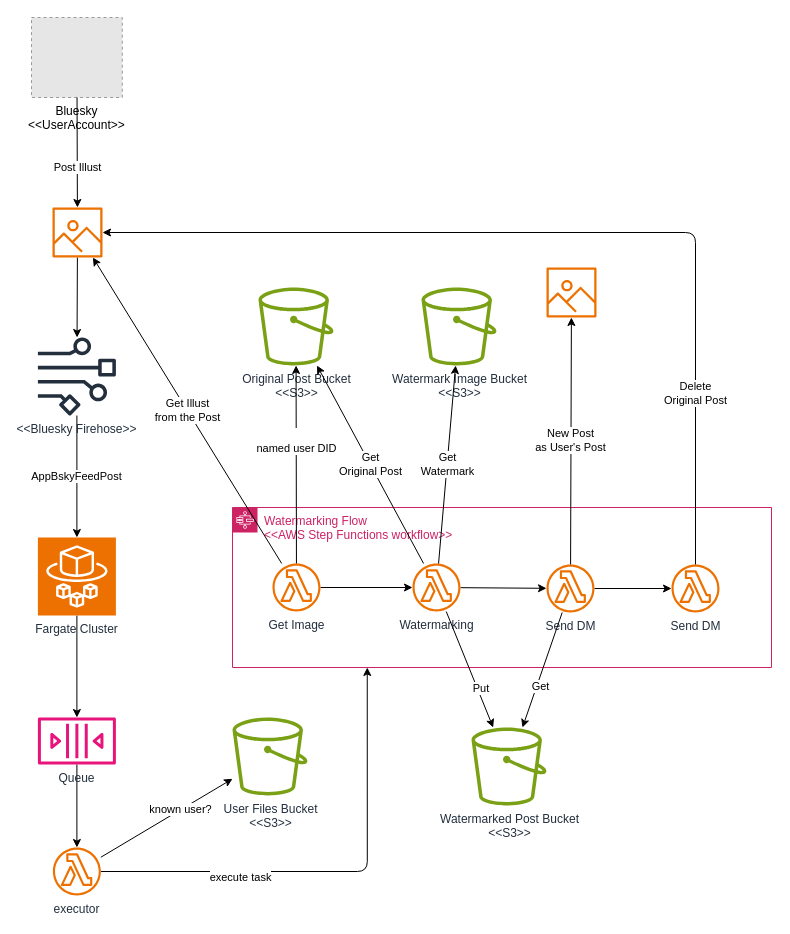
Above: page "4.Watermarking" (4 of 5) of docs/system-design.drawio in sheep-snow/eltler (draw.io), before the change. Source tidied: cells renumbered, new cells numbered last; positions are measured from the earlier drawing's top-left corner, leaving out a move shared by most shapes. Both pictures are drawn from the tidied source at 100%, with x=0, y=0 at pixel (31, 17). Pictures stored in the file or linked from it are replaced by grey dashed boxes.
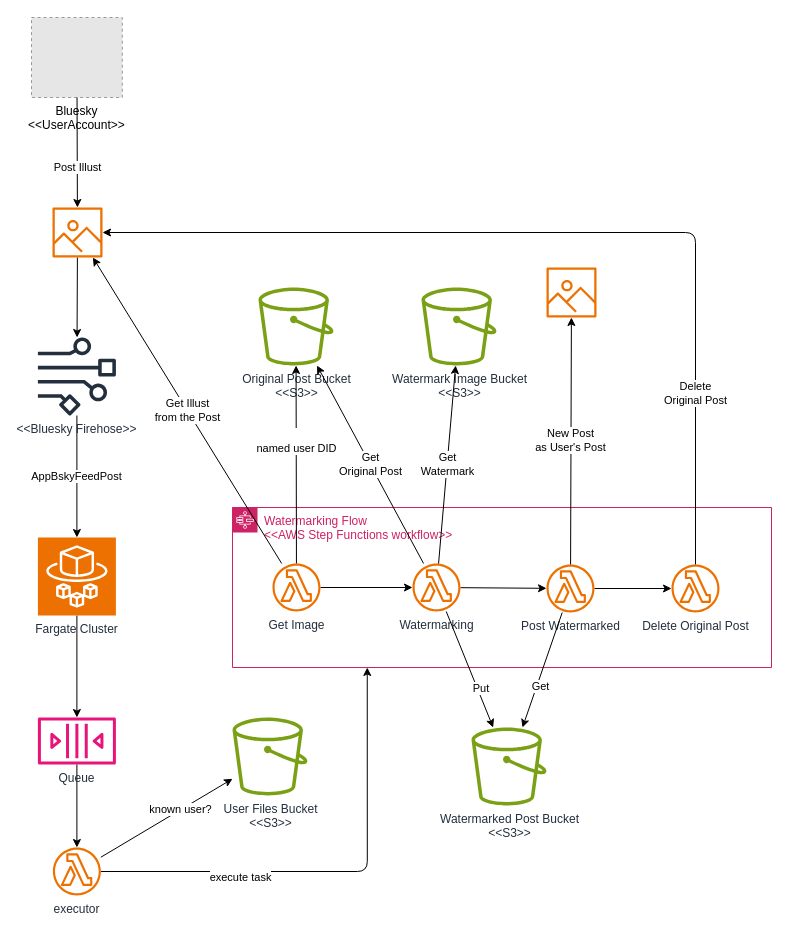
The same diagram, later.

The change refers to these unchanged cells:
```xml
<mxCell id="11" value="&lt;div&gt;Watermarking Flow&lt;/div&gt;&amp;lt;&amp;lt;AWS Step Functions workflow&amp;gt;&amp;gt;" style="points=[[0,0],[0.25,0],[0.5,0],[0.75,0],[1,0],[1,0.25],[1,0.5],[1,0.75],[1,1],[0.75,1],[0.5,1],[0.25,1],[0,1],[0,0.75],[0,0.5],[0,0.25]];outlineConnect=0;gradientColor=none;html=1;whiteSpace=wrap;fontSize=12;fontStyle=0;shape=mxgraph.aws4.group;grIcon=mxgraph.aws4.group_aws_step_functions_workflow;strokeColor=#CD2264;fillColor=none;verticalAlign=top;align=left;spacingLeft=30;fontColor=#CD2264;dashed=0;" parent="1" vertex="1">
  <mxGeometry x="201" y="490" width="539" height="160" as="geometry" />
</mxCell>
```

What changed in the source:
```diff
@@
-    <mxCell id="15" value="Send DM" style="sketch=0;outlineConnect=0;fontColor=#232F3E;gradientColor=none;fillColor=#ED7100;strokeColor=none;dashed=0;verticalLabelPosition=bottom;verticalAlign=top;align=center;html=1;fontSize=12;fontStyle=0;shape=mxgraph.aws4.lambda_function;" parent="11" vertex="1">
+    <mxCell id="15" value="Post Watermarked" style="sketch=0;outlineConnect=0;fontColor=#232F3E;gradientColor=none;fillColor=#ED7100;strokeColor=none;dashed=0;verticalLabelPosition=bottom;verticalAlign=top;align=center;html=1;fontSize=12;fontStyle=0;shape=mxgraph.aws4.lambda_function;" parent="11" vertex="1">
       <mxGeometry x="314" y="57" width="48" height="48" as="geometry" />
     </mxCell>
@@
-    <mxCell id="18" value="Send DM" style="sketch=0;outlineConnect=0;fontColor=#232F3E;gradientColor=none;fillColor=#ED7100;strokeColor=none;dashed=0;verticalLabelPosition=bottom;verticalAlign=top;align=center;html=1;fontSize=12;fontStyle=0;shape=mxgraph.aws4.lambda_function;" parent="11" vertex="1">
+    <mxCell id="18" value="Delete Original Post" style="sketch=0;outlineConnect=0;fontColor=#232F3E;gradientColor=none;fillColor=#ED7100;strokeColor=none;dashed=0;verticalLabelPosition=bottom;verticalAlign=top;align=center;html=1;fontSize=12;fontStyle=0;shape=mxgraph.aws4.lambda_function;" parent="11" vertex="1">
       <mxGeometry x="439" y="57" width="48" height="48" as="geometry" />
     </mxCell>
```
